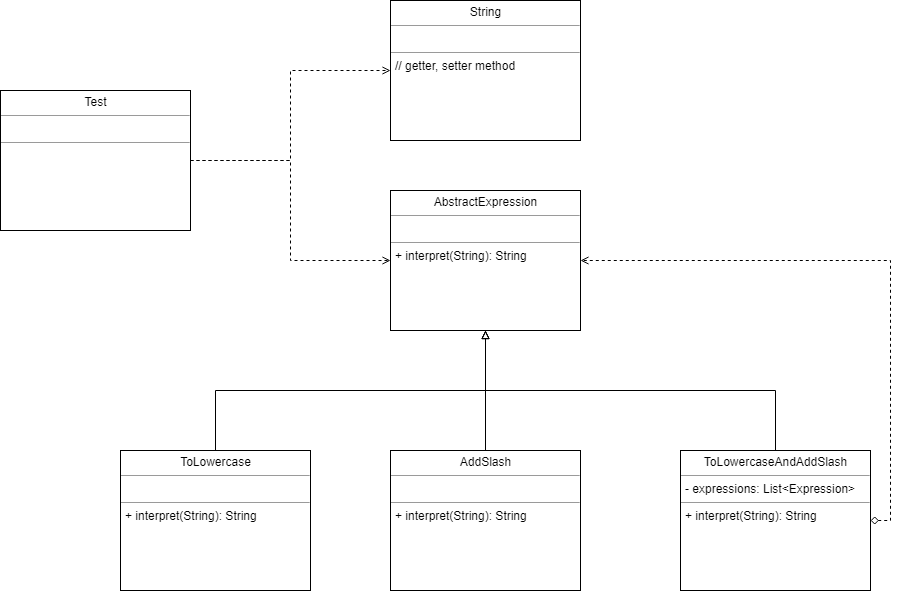
Before: interpreter-pattern/interpreter-pattern-example.png, a diagram exported from draw.io (kan01234/design-patterns). Source tidied: cells renumbered, new cells last; positions are measured from the earlier drawing's top-left corner, leaving out a move shared by most shapes.
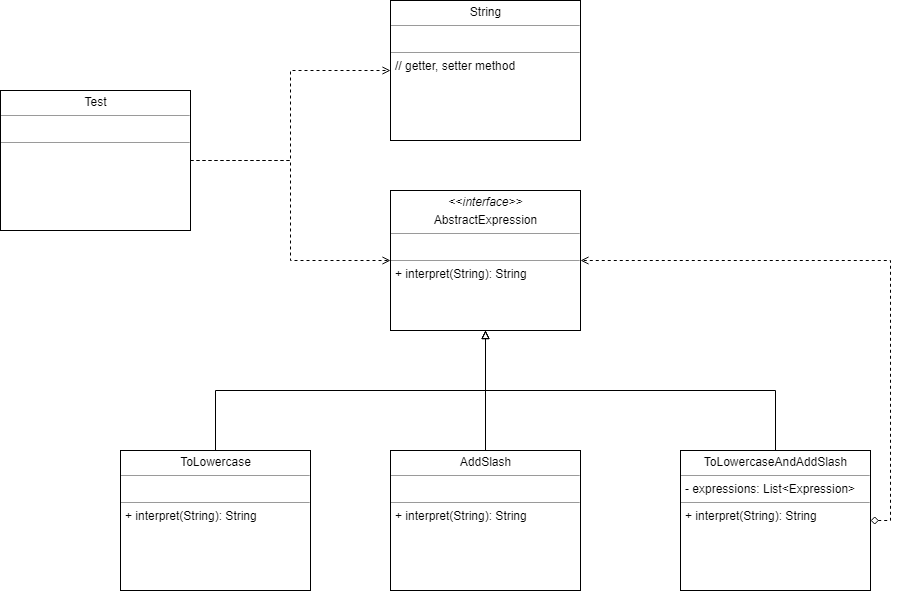
After the commit.

Diff of the diagram source:
```diff
@@ -5,7 +5,7 @@
     <mxCell id="2" value="&lt;p style=&quot;margin: 0px ; margin-top: 4px ; text-align: center&quot;&gt;String&lt;/p&gt;&lt;hr size=&quot;1&quot;&gt;&lt;p style=&quot;margin: 0px ; margin-left: 4px&quot;&gt;&lt;br&gt;&lt;/p&gt;&lt;hr size=&quot;1&quot;&gt;&lt;p style=&quot;margin: 0px ; margin-left: 4px&quot;&gt;// getter, setter method&lt;/p&gt;" style="verticalAlign=top;align=left;overflow=fill;fontSize=12;fontFamily=Helvetica;html=1;" parent="1" vertex="1">
       <mxGeometry x="390" width="190" height="140" as="geometry" />
     </mxCell>
-    <mxCell id="3" value="&lt;p style=&quot;margin: 0px ; margin-top: 4px ; text-align: center&quot;&gt;AbstractExpression&lt;/p&gt;&lt;hr size=&quot;1&quot;&gt;&lt;p style=&quot;margin: 0px ; margin-left: 4px&quot;&gt;&lt;br&gt;&lt;/p&gt;&lt;hr size=&quot;1&quot;&gt;&lt;p style=&quot;margin: 0px ; margin-left: 4px&quot;&gt;+ interpret(String): String&lt;/p&gt;" style="verticalAlign=top;align=left;overflow=fill;fontSize=12;fontFamily=Helvetica;html=1;" parent="1" vertex="1">
+    <mxCell id="3" value="&lt;p style=&quot;margin: 0px ; margin-top: 4px ; text-align: center&quot;&gt;&amp;lt;&amp;lt;&lt;i&gt;interface&amp;gt;&amp;gt;&lt;/i&gt;&lt;/p&gt;&lt;p style=&quot;margin: 0px ; margin-top: 4px ; text-align: center&quot;&gt;AbstractExpression&lt;/p&gt;&lt;hr size=&quot;1&quot;&gt;&lt;p style=&quot;margin: 0px ; margin-left: 4px&quot;&gt;&lt;br&gt;&lt;/p&gt;&lt;hr size=&quot;1&quot;&gt;&lt;p style=&quot;margin: 0px ; margin-left: 4px&quot;&gt;+ interpret(String): String&lt;/p&gt;" style="verticalAlign=top;align=left;overflow=fill;fontSize=12;fontFamily=Helvetica;html=1;" parent="1" vertex="1">
       <mxGeometry x="390" y="190" width="190" height="140" as="geometry" />
     </mxCell>
     <mxCell id="4" style="edgeStyle=orthogonalEdgeStyle;rounded=0;jettySize=auto;html=1;exitX=0.5;exitY=0;exitDx=0;exitDy=0;entryX=0.5;entryY=1;entryDx=0;entryDy=0;endArrow=block;endFill=0;" parent="1" edge="1" source="5" target="3">
```
